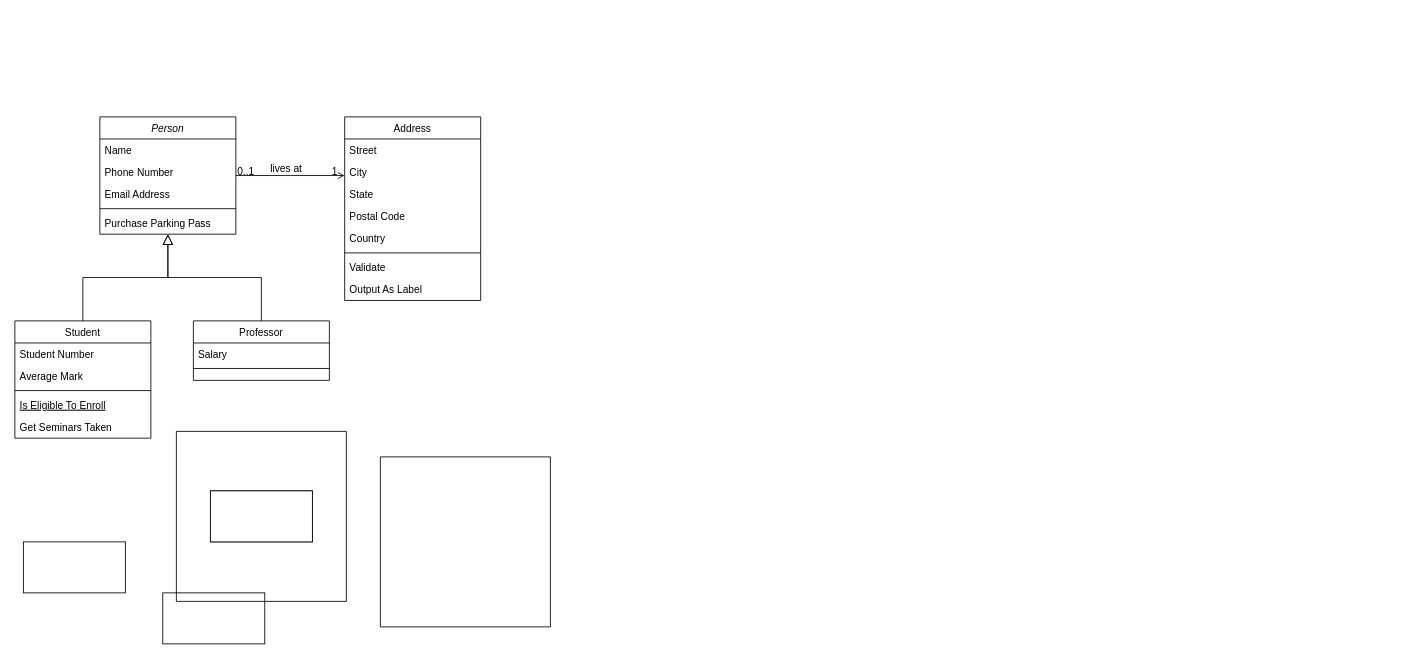
The draw.io diagram Datos/Untitled Diagram.drawio in Mewsho/Muni-Book, before the edit. Source tidied: cells renumbered, new cells numbered last; positions are measured from the earlier drawing's top-left corner, leaving out a move shared by most shapes. Both pictures are drawn from the tidied source at 85%, with x=0, y=0 at pixel (14, 116).
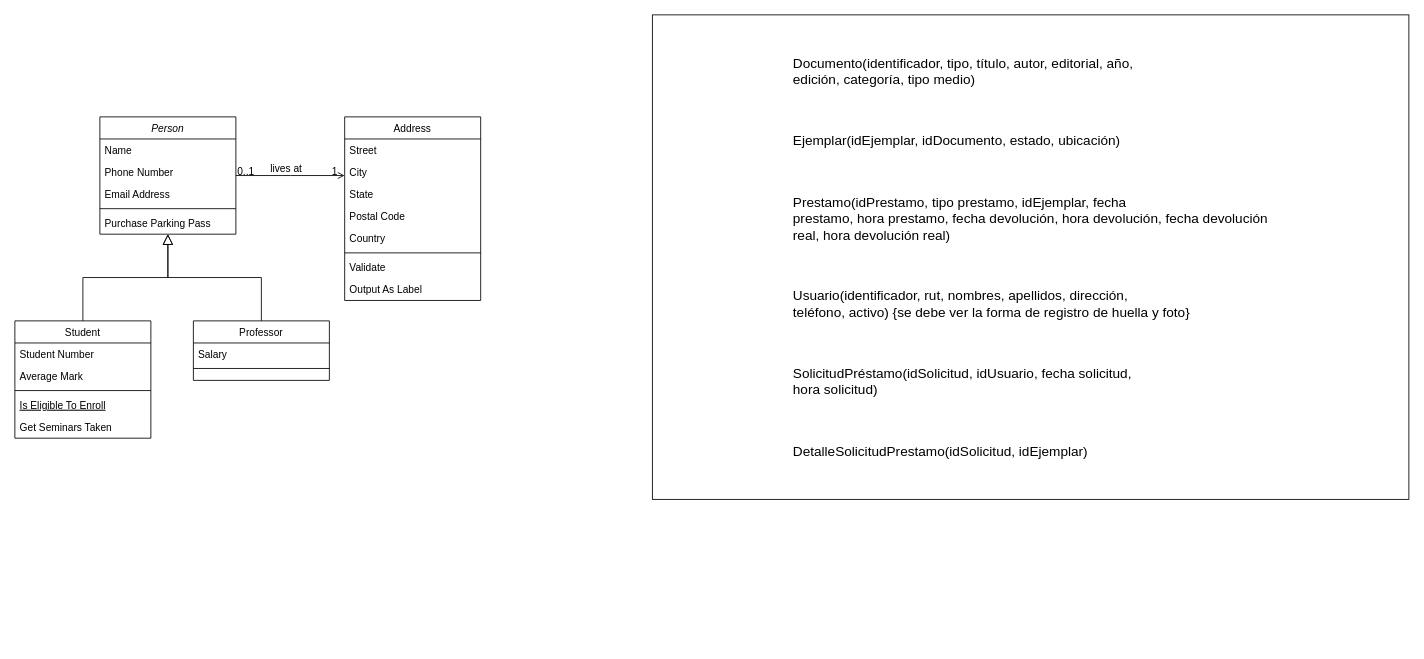
The same page after the edit.

Diff of the diagram source:
```diff
@@
-    <mxCell id="32" style="rounded=0;whiteSpace=wrap;html=1;" parent="1" vertex="1">
-      <mxGeometry x="230" y="440" width="120" height="60" as="geometry" />
-    </mxCell>
-    <mxCell id="33" style="rounded=0;whiteSpace=wrap;html=1;" parent="1" vertex="1">
-      <mxGeometry x="230" y="440" width="120" height="60" as="geometry" />
-    </mxCell>
-    <mxCell id="34" style="rounded=0;whiteSpace=wrap;html=1;" parent="1" vertex="1">
-      <mxGeometry x="174" y="560" width="120" height="60" as="geometry" />
-    </mxCell>
-    <mxCell id="35" style="rounded=0;whiteSpace=wrap;html=1;" parent="1" vertex="1">
-      <mxGeometry x="10" y="500" width="120" height="60" as="geometry" />
-    </mxCell>
-    <mxCell id="36" style="swimlane;startSize=0;" parent="1" vertex="1">
-      <mxGeometry x="190" y="370" width="200" height="200" as="geometry" />
-    </mxCell>
-    <mxCell id="37" style="swimlane;startSize=0;" parent="1" vertex="1">
-      <mxGeometry x="430" y="400" width="200" height="200" as="geometry" />
-    </mxCell>
+    <mxCell id="38" value="&lt;p style=&quot;text-align:justify&quot; class=&quot;MsoNormal&quot;&gt;&lt;span style=&quot;font-size:12.0pt;&lt;br/&gt;line-height:115%&quot;&gt;Documento(identificador, tipo, título, autor, editorial, año,&lt;br/&gt;edición, categoría, tipo medio)&lt;/span&gt;&lt;/p&gt;&lt;br/&gt;&lt;br/&gt;&lt;p style=&quot;text-align:justify&quot; class=&quot;MsoNormal&quot;&gt;&lt;span style=&quot;font-size:12.0pt;&lt;br/&gt;line-height:115%&quot;&gt;Ejemplar(idEjemplar, idDocumento, estado, ubicación)&lt;/span&gt;&lt;/p&gt;&lt;br/&gt;&lt;br/&gt;&lt;p style=&quot;text-align:justify&quot; class=&quot;MsoNormal&quot;&gt;&lt;span style=&quot;font-size:12.0pt;&lt;br/&gt;line-height:115%&quot;&gt;Prestamo(idPrestamo, tipo prestamo, idEjemplar, fecha&lt;br/&gt;prestamo, hora prestamo, fecha devolución, hora devolución, fecha devolución&lt;br/&gt;real, hora devolución real)&lt;/span&gt;&lt;/p&gt;&lt;br/&gt;&lt;br/&gt;&lt;p style=&quot;text-align:justify&quot; class=&quot;MsoNormal&quot;&gt;&lt;span style=&quot;font-size:12.0pt;&lt;br/&gt;line-height:115%&quot;&gt;Usuario(identificador, rut, nombres, apellidos, dirección,&lt;br/&gt;teléfono, activo) {se debe ver la forma de registro de huella y foto}&lt;/span&gt;&lt;/p&gt;&lt;br/&gt;&lt;br/&gt;&lt;p style=&quot;text-align:justify&quot; class=&quot;MsoNormal&quot;&gt;&lt;span style=&quot;font-size:12.0pt;&lt;br/&gt;line-height:115%&quot;&gt;SolicitudPréstamo(idSolicitud, idUsuario, fecha solicitud,&lt;br/&gt;hora solicitud)&lt;/span&gt;&lt;/p&gt;&lt;br/&gt;&lt;br/&gt;&lt;p style=&quot;text-align:justify&quot; class=&quot;MsoNormal&quot;&gt;&lt;span style=&quot;font-size:12.0pt;&lt;br/&gt;line-height:115%&quot;&gt;DetalleSolicitudPrestamo(idSolicitud, idEjemplar)&lt;/span&gt;&lt;/p&gt;" style="rounded=0;whiteSpace=wrap;html=1;" parent="1" vertex="1">
+      <mxGeometry x="750" y="-120" width="890" height="570" as="geometry" />
+    </mxCell>
```
